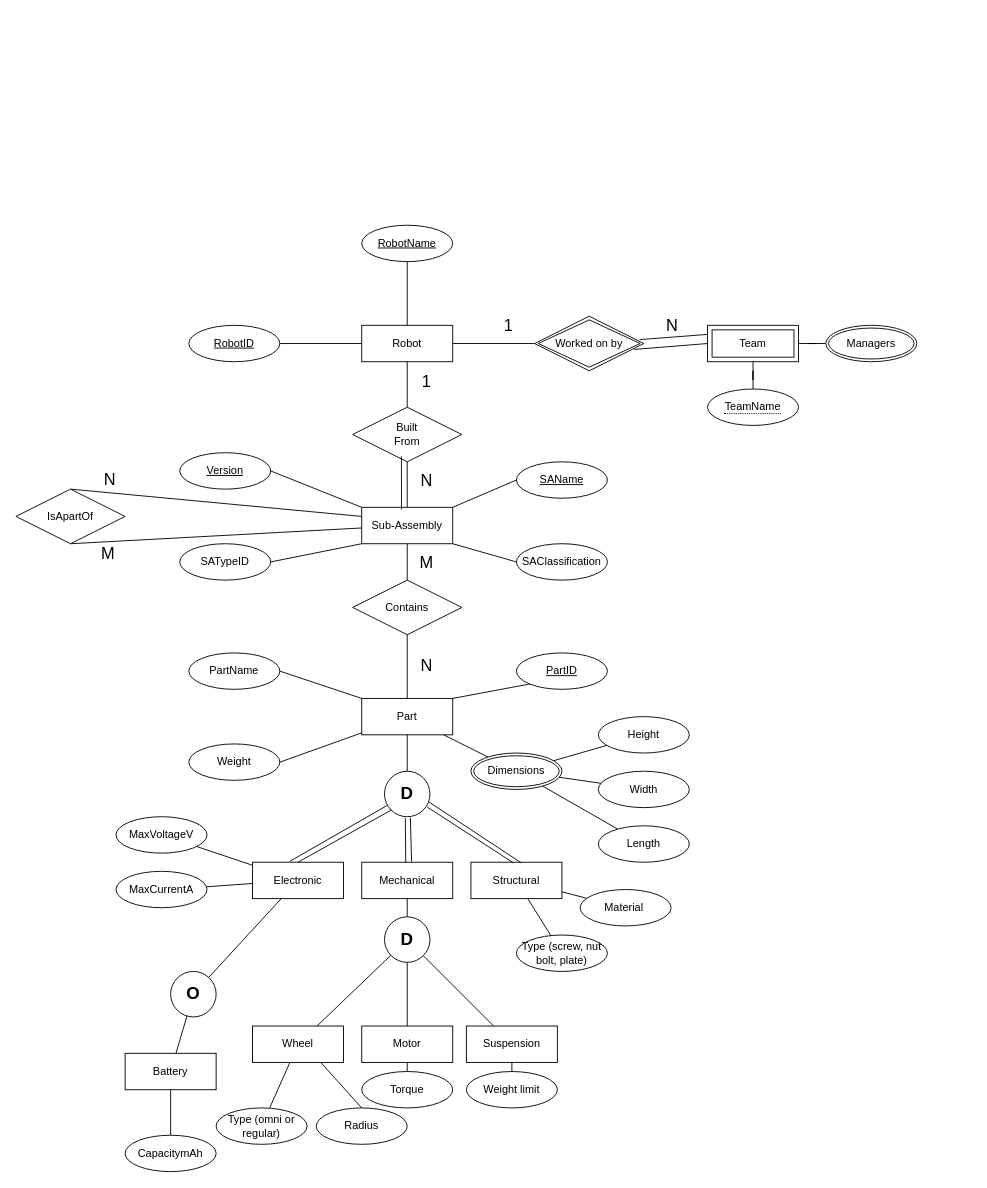
krrishsetia/CMPT354-Project keeps this draw.io diagram as ER Diagram.drawio. Above is the earlier version. Source tidied: cells renumbered, new cells numbered last; positions are measured from the earlier drawing's top-left corner, leaving out a move shared by most shapes. Both pictures are drawn from the tidied source at 91%, with x=0, y=0 at pixel (15, 225).
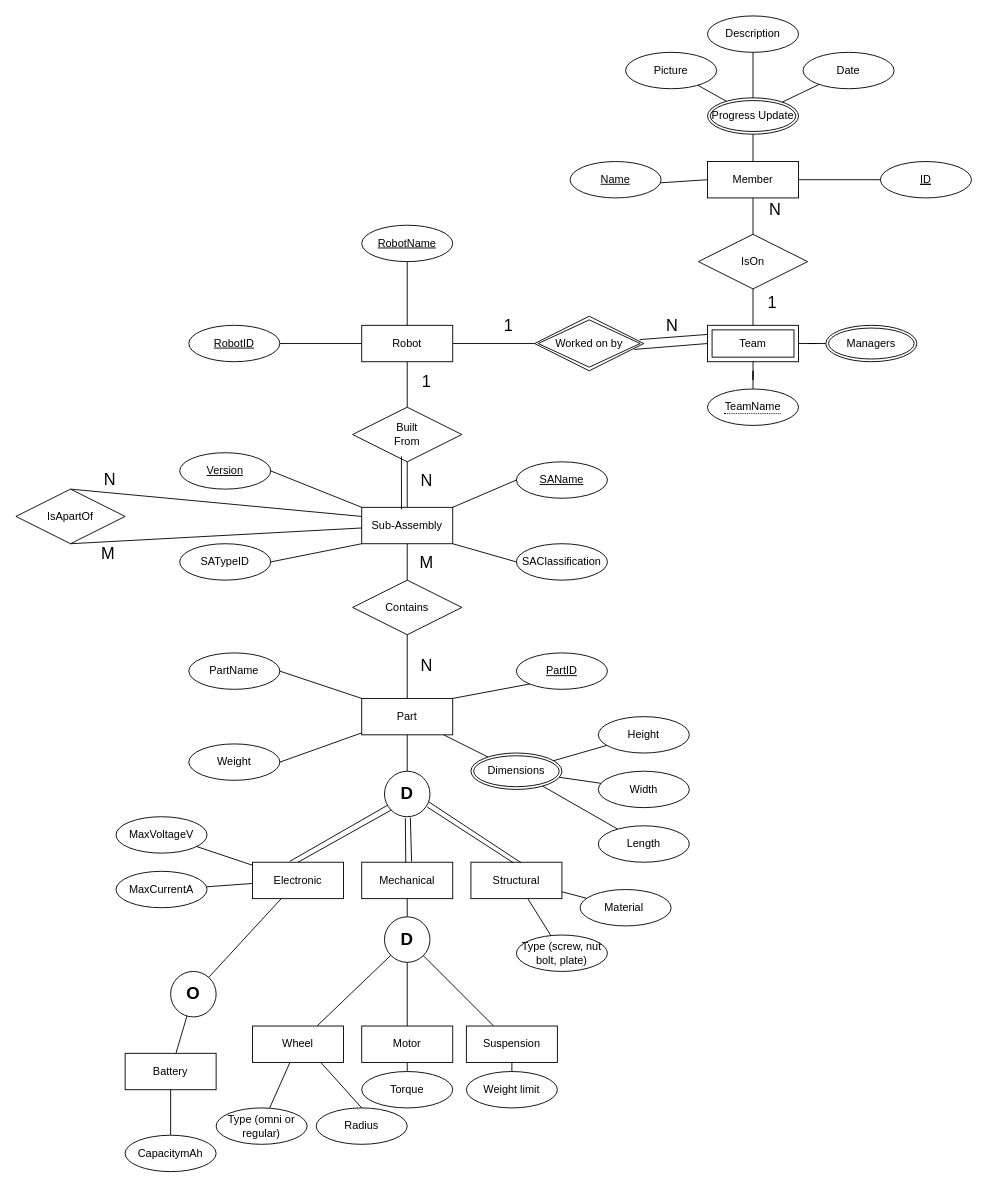
The same diagram, later.

Commit message:
Added one more relation to meet the requirements

The change refers to these unchanged cells:
```xml
<mxCell id="10" value="Team" style="shape=ext;margin=3;double=1;whiteSpace=wrap;html=1;align=center;" parent="1" vertex="1">
  <mxGeometry x="760" y="110" width="100" height="40" as="geometry" />
</mxCell>
```

Diff of the diagram source:
```diff
@@
+    <mxCell id="99" value="IsOn" style="shape=rhombus;perimeter=rhombusPerimeter;whiteSpace=wrap;html=1;align=center;" parent="1" vertex="1">
+      <mxGeometry x="750" y="10" width="120" height="60" as="geometry" />
+    </mxCell>
+    <mxCell id="100" style="endArrow=none;html=1;rounded=0;" parent="1" edge="1" source="10" target="99">
+      <mxGeometry relative="1" as="geometry" />
+    </mxCell>
+    <mxCell id="101" value="Member" style="whiteSpace=wrap;html=1;align=center;" parent="1" vertex="1">
+      <mxGeometry x="760" y="-70" width="100" height="40" as="geometry" />
+    </mxCell>
+    <mxCell id="102" style="endArrow=none;html=1;rounded=0;" parent="1" edge="1" source="99" target="101">
+      <mxGeometry relative="1" as="geometry" />
+    </mxCell>
+    <mxCell id="103" style="endArrow=none;html=1;rounded=0;" parent="1" edge="1" source="106" target="101">
+      <mxGeometry relative="1" as="geometry" />
+    </mxCell>
+    <mxCell id="104" value="Progress Update" style="ellipse;shape=doubleEllipse;margin=3;whiteSpace=wrap;html=1;align=center;" parent="1" vertex="1">
+      <mxGeometry x="760" y="-140" width="100" height="40" as="geometry" />
+    </mxCell>
+    <mxCell id="105" style="endArrow=none;html=1;rounded=0;" parent="1" edge="1" source="101" target="104">
+      <mxGeometry relative="1" as="geometry" />
+    </mxCell>
+    <mxCell id="106" value="Name" style="ellipse;whiteSpace=wrap;html=1;align=center;fontStyle=4;" parent="1" vertex="1">
+      <mxGeometry x="609" y="-70" width="100" height="40" as="geometry" />
+    </mxCell>
+    <mxCell id="107" value="&lt;u&gt;ID&lt;/u&gt;" style="ellipse;whiteSpace=wrap;html=1;align=center;fontStyle=4;" parent="1" vertex="1">
+      <mxGeometry x="950" y="-70" width="100" height="40" as="geometry" />
+    </mxCell>
+    <mxCell id="108" style="endArrow=none;html=1;rounded=0;" parent="1" edge="1" source="101" target="107">
+      <mxGeometry relative="1" as="geometry" />
+    </mxCell>
+    <mxCell id="109" style="endArrow=none;html=1;rounded=0;" parent="1" edge="1" source="111" target="104">
+      <mxGeometry relative="1" as="geometry" />
+    </mxCell>
+    <mxCell id="110" value="Description" style="ellipse;whiteSpace=wrap;html=1;align=center;" parent="1" vertex="1">
+      <mxGeometry x="760" y="-230" width="100" height="40" as="geometry" />
+    </mxCell>
+    <mxCell id="111" value="Date" style="ellipse;whiteSpace=wrap;html=1;align=center;" parent="1" vertex="1">
+      <mxGeometry x="865" y="-190" width="100" height="40" as="geometry" />
+    </mxCell>
+    <mxCell id="112" value="Picture" style="ellipse;whiteSpace=wrap;html=1;align=center;" parent="1" vertex="1">
+      <mxGeometry x="670" y="-190" width="100" height="40" as="geometry" />
+    </mxCell>
+    <mxCell id="113" style="endArrow=none;html=1;rounded=0;" parent="1" edge="1" source="110" target="104">
+      <mxGeometry relative="1" as="geometry" />
+    </mxCell>
+    <mxCell id="114" style="endArrow=none;html=1;rounded=0;" parent="1" edge="1" source="112" target="104">
+      <mxGeometry relative="1" as="geometry" />
+    </mxCell>
+    <mxCell id="115" value="&lt;font style=&quot;font-size: 18px;&quot;&gt;N&lt;/font&gt;" style="edgeLabel;html=1;align=center;verticalAlign=middle;" parent="1" vertex="1">
+      <mxGeometry x="1020" y="-20" as="geometry">
+        <mxPoint x="-187" y="2" as="offset" />
+      </mxGeometry>
+    </mxCell>
+    <mxCell id="116" value="&lt;font style=&quot;font-size: 18px;&quot;&gt;1&lt;/font&gt;" style="edgeLabel;html=1;align=center;verticalAlign=middle;" parent="1" vertex="1">
+      <mxGeometry x="915" y="130" as="geometry">
+        <mxPoint x="-85" y="-46" as="offset" />
+      </mxGeometry>
+    </mxCell>
```
